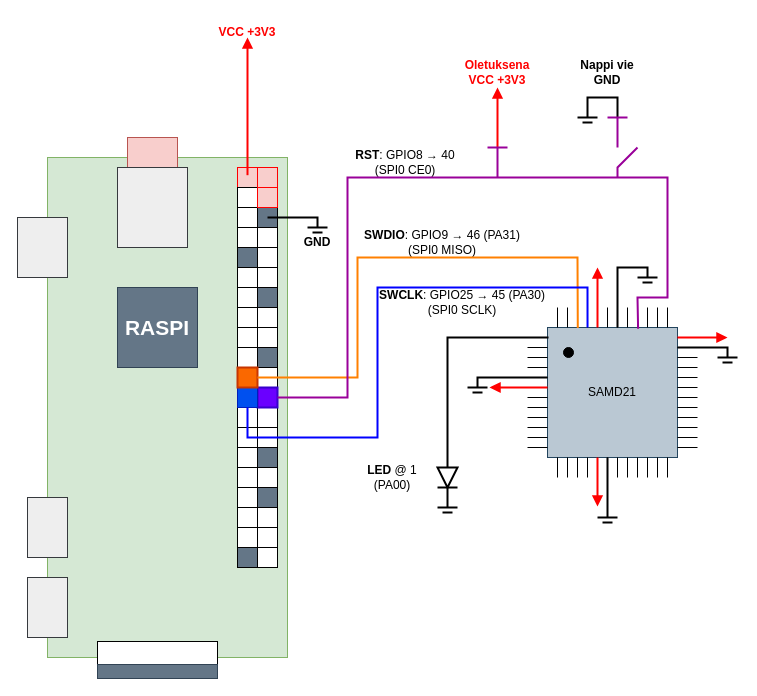
Pilperi/SAMD21-blinky keeps this draw.io diagram as img/skeema.drawio. Above is the earlier version. Source tidied: cells renumbered, new cells numbered last; positions are measured from the earlier drawing's top-left corner, leaving out a move shared by most shapes. Both pictures are drawn from the tidied source at 100%, with x=0, y=0 at pixel (17, 17).
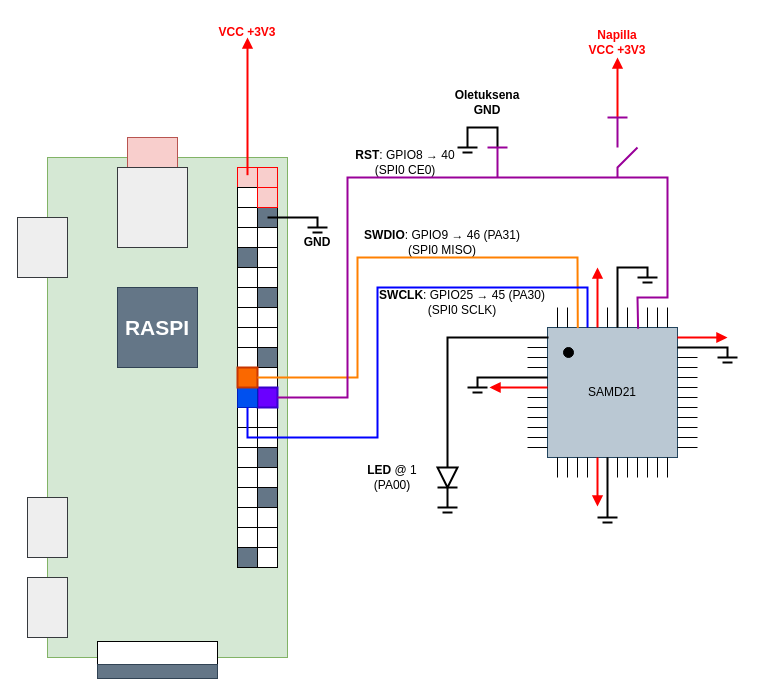
Above is the later version.

Commit message (it also covers changes not shown here):
Kaaviossa oli GND ja VCC väärte päi

Change to the diagram source:
```diff
@@
     <mxCell id="2" style="endArrow=none;html=1;rounded=0;strokeWidth=2;" parent="1" edge="1">
       <mxGeometry relative="1" as="geometry">
-        <mxPoint x="570" y="100" as="sourcePoint" />
-        <mxPoint x="600" y="100" as="targetPoint" />
+        <mxPoint x="450" y="130" as="sourcePoint" />
+        <mxPoint x="480" y="130" as="targetPoint" />
         <Array as="points">
-          <mxPoint x="570" y="80" />
-          <mxPoint x="600" y="80" />
+          <mxPoint x="450" y="110" />
+          <mxPoint x="480" y="110" />
         </Array>
       </mxGeometry>
     </mxCell>
@@
     <mxCell id="73" style="endArrow=block;html=1;rounded=0;strokeWidth=2;strokeColor=#FF0000;endFill=1;" parent="1" edge="1">
       <mxGeometry relative="1" as="geometry">
-        <mxPoint x="480" y="130" as="sourcePoint" />
-        <mxPoint x="480" y="70" as="targetPoint" />
+        <mxPoint x="600" y="100" as="sourcePoint" />
+        <mxPoint x="600" y="40" as="targetPoint" />
       </mxGeometry>
     </mxCell>
@@
-    <mxCell id="75" style="endArrow=none;html=1;rounded=0;strokeWidth=2;strokeColor=#990099;" parent="1" edge="1">
-      <mxGeometry relative="1" as="geometry">
-        <mxPoint x="470" y="130" as="sourcePoint" />
-        <mxPoint x="490" y="130" as="targetPoint" />
-      </mxGeometry>
-    </mxCell>
@@
-    <mxCell id="77" value="Nappi vie GND" style="text;html=1;strokeColor=none;fillColor=none;align=center;verticalAlign=middle;whiteSpace=wrap;rounded=0;fontStyle=1;" parent="1" vertex="1">
-      <mxGeometry x="560" y="40" width="60" height="30" as="geometry" />
+    <mxCell id="77" value="Oletuksena GND" style="text;html=1;strokeColor=none;fillColor=none;align=center;verticalAlign=middle;whiteSpace=wrap;rounded=0;fontStyle=1;" parent="1" vertex="1">
+      <mxGeometry x="440" y="70" width="60" height="30" as="geometry" />
     </mxCell>
@@
     <mxCell id="156" style="endArrow=none;html=1;rounded=0;strokeWidth=2;strokeColor=#990099;" parent="1" edge="1">
       <mxGeometry relative="1" as="geometry">
-        <mxPoint x="590" y="100" as="sourcePoint" />
-        <mxPoint x="610" y="100" as="targetPoint" />
+        <mxPoint x="470" y="130" as="sourcePoint" />
+        <mxPoint x="490" y="130" as="targetPoint" />
       </mxGeometry>
     </mxCell>
@@
     <mxCell id="158" style="endArrow=none;html=1;rounded=0;strokeWidth=2;" parent="1" edge="1">
       <mxGeometry relative="1" as="geometry">
-        <mxPoint x="560" y="100" as="sourcePoint" />
-        <mxPoint x="580" y="100" as="targetPoint" />
+        <mxPoint x="440" y="130" as="sourcePoint" />
+        <mxPoint x="460" y="130" as="targetPoint" />
       </mxGeometry>
     </mxCell>
     <mxCell id="159" style="endArrow=none;html=1;rounded=0;strokeWidth=2;" parent="1" edge="1">
       <mxGeometry relative="1" as="geometry">
-        <mxPoint x="565" y="105" as="sourcePoint" />
-        <mxPoint x="575" y="105" as="targetPoint" />
+        <mxPoint x="445" y="135" as="sourcePoint" />
+        <mxPoint x="455" y="135" as="targetPoint" />
       </mxGeometry>
     </mxCell>
-    <mxCell id="160" value="&lt;div&gt;Oletuksena&lt;br&gt;&lt;/div&gt;&lt;div&gt;VCC +3V3&lt;/div&gt;" style="text;html=1;strokeColor=none;fillColor=none;align=center;verticalAlign=middle;whiteSpace=wrap;rounded=0;fontStyle=1;fontColor=#FF0000;" parent="1" vertex="1">
-      <mxGeometry x="450" y="40" width="60" height="30" as="geometry" />
+    <mxCell id="160" value="&lt;div&gt;Napilla&lt;br&gt;&lt;/div&gt;&lt;div&gt;VCC +3V3&lt;/div&gt;" style="text;html=1;strokeColor=none;fillColor=none;align=center;verticalAlign=middle;whiteSpace=wrap;rounded=0;fontStyle=1;fontColor=#FF0000;" parent="1" vertex="1">
+      <mxGeometry x="570" y="10" width="60" height="30" as="geometry" />
     </mxCell>
@@
+    <mxCell id="162" style="endArrow=none;html=1;rounded=0;strokeWidth=2;strokeColor=#990099;" parent="1" edge="1">
+      <mxGeometry relative="1" as="geometry">
+        <mxPoint x="590" y="100" as="sourcePoint" />
+        <mxPoint x="610" y="100" as="targetPoint" />
+      </mxGeometry>
+    </mxCell>
```
